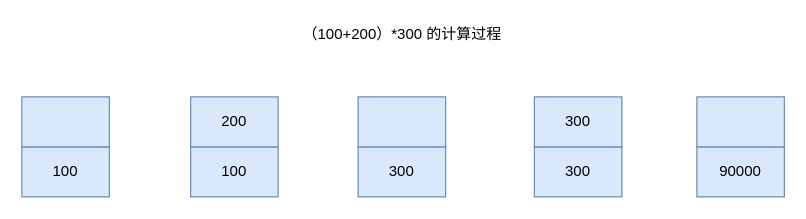
Earlier version of the draw.io diagram algorithm/栈的应用-运算.drawio (erlieStar/diagrams). Source tidied: cells renumbered, new cells numbered last; positions are measured from the earlier drawing's top-left corner, leaving out a move shared by most shapes. Both pictures are drawn from the tidied source at 125%, with x=0, y=0 at pixel (21, 21).
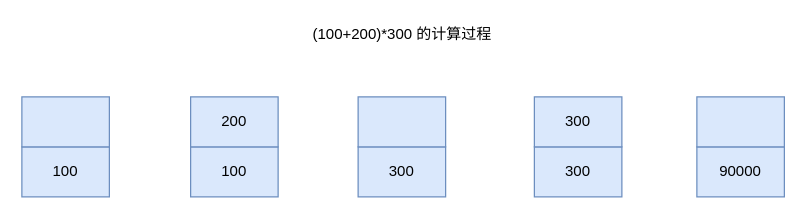
The same page after the edit.

Commit message (it also covers changes not shown here):
Update 栈的应用-运算.drawio

Diff of the diagram source:
```diff
@@
 <mxGraphModel>
   <root>
     <mxCell id="0" />
     <mxCell id="1" parent="0" />
-    <mxCell id="2" value="（100+200）*300 的计算过程" style="text;html=1;align=center;verticalAlign=middle;strokeColor=none;" parent="1" vertex="1">
-      <mxGeometry x="219" width="170" height="20" as="geometry" />
+    <mxCell id="2" value="(100+200)*300 的计算过程" style="text;html=1;align=center;verticalAlign=middle;strokeColor=none;" parent="1" vertex="1">
+      <mxGeometry x="224" width="160" height="20" as="geometry" />
     </mxCell>
     <mxCell id="3" value="100" style="rounded=0;whiteSpace=wrap;html=1;fillColor=#dae8fc;strokeColor=#6c8ebf;" parent="1" vertex="1">
       <mxGeometry y="100" width="70" height="40" as="geometry" />
     </mxCell>
     <mxCell id="4" style="rounded=0;whiteSpace=wrap;html=1;fillColor=#dae8fc;strokeColor=#6c8ebf;" parent="1" vertex="1">
       <mxGeometry y="60" width="70" height="40" as="geometry" />
     </mxCell>
     <mxCell id="5" value="100" style="rounded=0;whiteSpace=wrap;html=1;fillColor=#dae8fc;strokeColor=#6c8ebf;" parent="1" vertex="1">
       <mxGeometry x="135" y="100" width="70" height="40" as="geometry" />
     </mxCell>
     <mxCell id="6" value="200" style="rounded=0;whiteSpace=wrap;html=1;fillColor=#dae8fc;strokeColor=#6c8ebf;" parent="1" vertex="1">
       <mxGeometry x="135" y="60" width="70" height="40" as="geometry" />
     </mxCell>
     <mxCell id="7" value="300" style="rounded=0;whiteSpace=wrap;html=1;fillColor=#dae8fc;strokeColor=#6c8ebf;" parent="1" vertex="1">
       <mxGeometry x="269" y="100" width="70" height="40" as="geometry" />
     </mxCell>
     <mxCell id="8" style="rounded=0;whiteSpace=wrap;html=1;fillColor=#dae8fc;strokeColor=#6c8ebf;" parent="1" vertex="1">
       <mxGeometry x="269" y="60" width="70" height="40" as="geometry" />
     </mxCell>
     <mxCell id="9" value="300" style="rounded=0;whiteSpace=wrap;html=1;fillColor=#dae8fc;strokeColor=#6c8ebf;" parent="1" vertex="1">
       <mxGeometry x="410" y="100" width="70" height="40" as="geometry" />
     </mxCell>
     <mxCell id="10" value="300" style="rounded=0;whiteSpace=wrap;html=1;fillColor=#dae8fc;strokeColor=#6c8ebf;" parent="1" vertex="1">
       <mxGeometry x="410" y="60" width="70" height="40" as="geometry" />
     </mxCell>
     <mxCell id="11" value="90000" style="rounded=0;whiteSpace=wrap;html=1;fillColor=#dae8fc;strokeColor=#6c8ebf;" parent="1" vertex="1">
       <mxGeometry x="540" y="100" width="70" height="40" as="geometry" />
     </mxCell>
     <mxCell id="12" style="rounded=0;whiteSpace=wrap;html=1;fillColor=#dae8fc;strokeColor=#6c8ebf;" parent="1" vertex="1">
       <mxGeometry x="540" y="60" width="70" height="40" as="geometry" />
     </mxCell>
   </root>
 </mxGraphModel>
```
